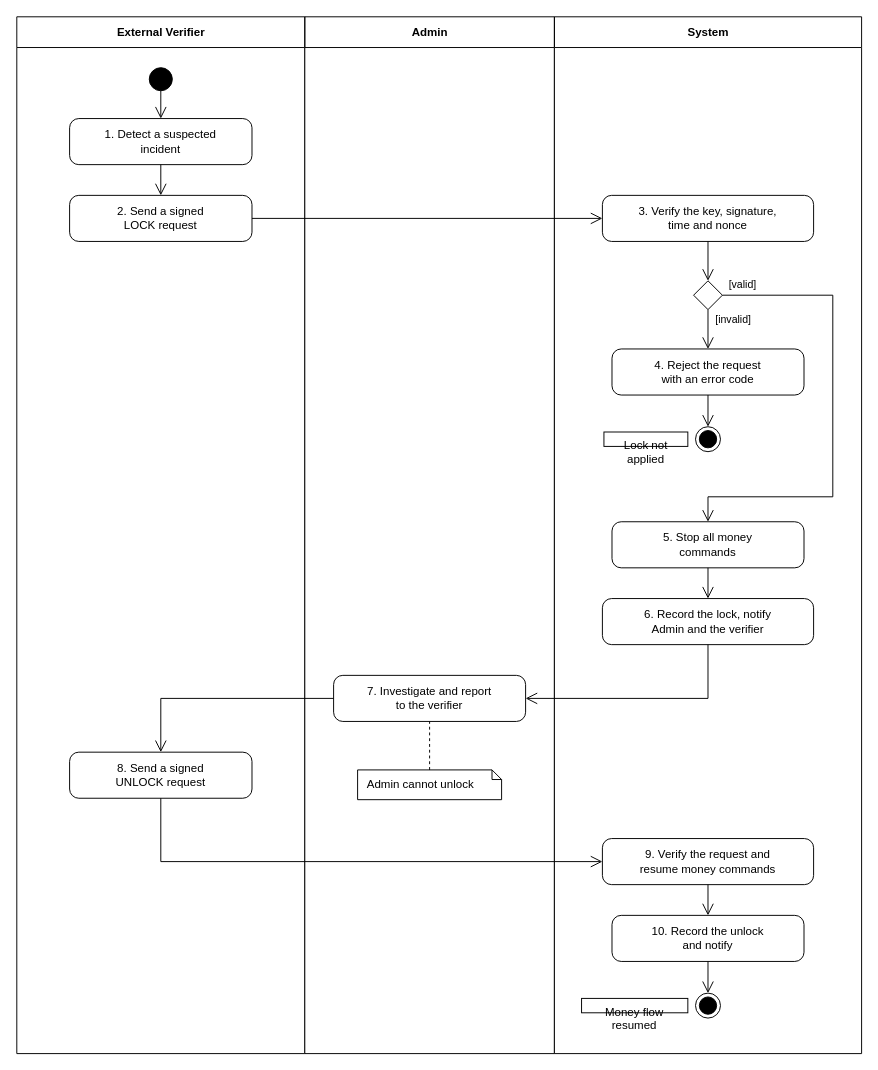
This is docs/reports/figures/srs/bf07.drawio from RedAvocado22/AgriContract, a draw.io file, before an edit. Source tidied: cells renumbered, new cells numbered last; positions are measured from the earlier drawing's top-left corner, leaving out a move shared by most shapes. Both pictures are drawn from the tidied source at 96%, with x=0, y=0 at pixel (16, 16).
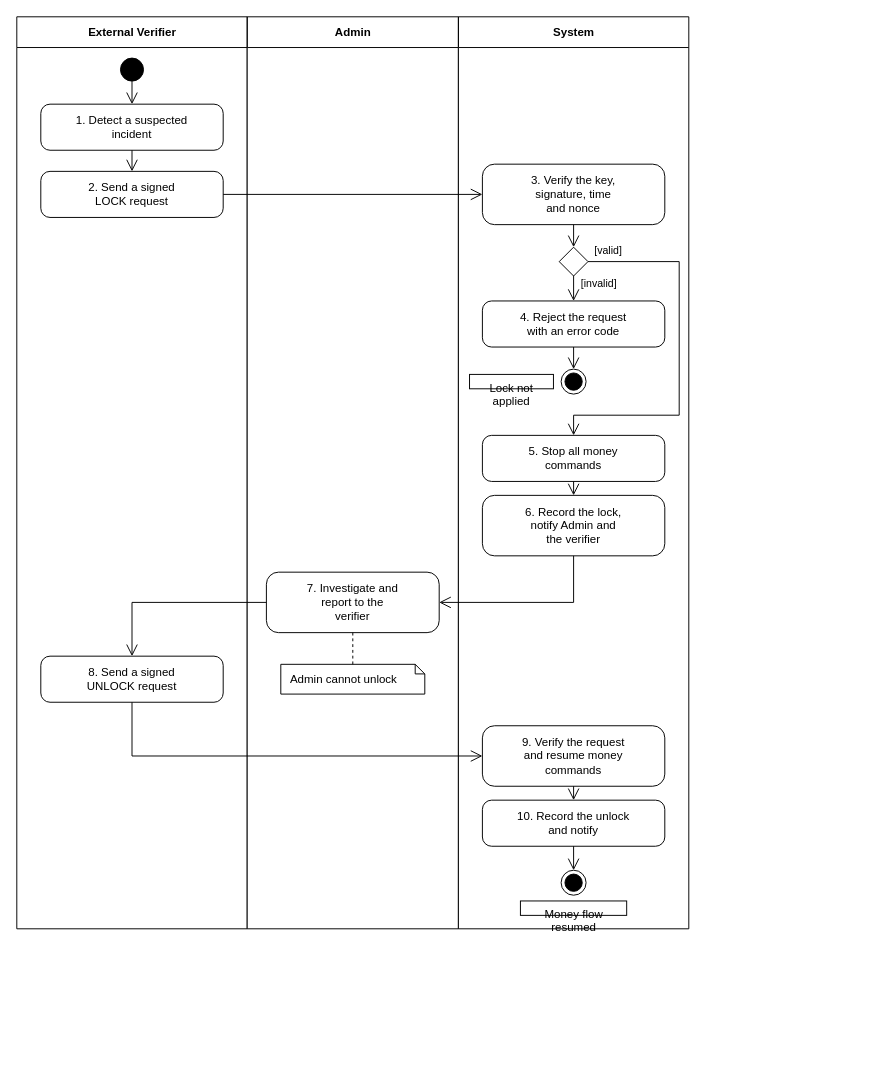
After the change.

Diff of the diagram source:
```diff
@@
     <mxCell id="2" value="External Verifier" style="swimlane;horizontal=1;startSize=32;fontStyle=1;fontFamily=Arial;fontSize=12;fillColor=none;strokeColor=#000000;swimlaneFillColor=#FFFFFF;html=1;" parent="1" vertex="1">
-      <mxGeometry width="300" height="1080" as="geometry" />
+      <mxGeometry width="240" height="950" as="geometry" />
     </mxCell>
     <mxCell id="3" value="Admin" style="swimlane;horizontal=1;startSize=32;fontStyle=1;fontFamily=Arial;fontSize=12;fillColor=none;strokeColor=#000000;swimlaneFillColor=#FFFFFF;html=1;" parent="1" vertex="1">
-      <mxGeometry x="300" width="260" height="1080" as="geometry" />
+      <mxGeometry x="240" width="220" height="950" as="geometry" />
     </mxCell>
     <mxCell id="4" value="System" style="swimlane;horizontal=1;startSize=32;fontStyle=1;fontFamily=Arial;fontSize=12;fillColor=none;strokeColor=#000000;swimlaneFillColor=#FFFFFF;html=1;" parent="1" vertex="1">
-      <mxGeometry x="560" width="320" height="1080" as="geometry" />
+      <mxGeometry x="460" width="240" height="950" as="geometry" />
     </mxCell>
     <mxCell id="5" style="ellipse;fillColor=#000000;strokeColor=#000000;html=1;" parent="1" vertex="1">
-      <mxGeometry x="138" y="53" width="24" height="24" as="geometry" />
+      <mxGeometry x="108" y="43" width="24" height="24" as="geometry" />
     </mxCell>
     <mxCell id="6" value="1. Detect a suspected&lt;br&gt;incident" style="rounded=1;arcSize=20;fontFamily=Arial;fontSize=12;strokeColor=#000000;fillColor=#FFFFFF;html=1;whiteSpace=wrap;" parent="1" vertex="1">
-      <mxGeometry x="55" y="106" width="190" height="48" as="geometry" />
+      <mxGeometry x="25" y="91" width="190" height="48" as="geometry" />
     </mxCell>
     <mxCell id="7" value="2. Send a signed&lt;br&gt;LOCK request" style="rounded=1;arcSize=20;fontFamily=Arial;fontSize=12;strokeColor=#000000;fillColor=#FFFFFF;html=1;whiteSpace=wrap;" parent="1" vertex="1">
-      <mxGeometry x="55" y="186" width="190" height="48" as="geometry" />
+      <mxGeometry x="25" y="161" width="190" height="48" as="geometry" />
     </mxCell>
-    <mxCell id="8" value="3. Verify the key, signature,&lt;br&gt;time and nonce" style="rounded=1;arcSize=20;fontFamily=Arial;fontSize=12;strokeColor=#000000;fillColor=#FFFFFF;html=1;whiteSpace=wrap;" parent="1" vertex="1">
-      <mxGeometry x="610" y="186" width="220" height="48" as="geometry" />
+    <mxCell id="8" value="3. Verify the key,&lt;br&gt;signature, time&lt;br&gt;and nonce" style="rounded=1;arcSize=20;fontFamily=Arial;fontSize=12;strokeColor=#000000;fillColor=#FFFFFF;html=1;whiteSpace=wrap;" parent="1" vertex="1">
+      <mxGeometry x="485" y="153.5" width="190" height="63" as="geometry" />
     </mxCell>
     <mxCell id="9" style="rhombus;fontFamily=Arial;fontSize=12;strokeColor=#000000;fillColor=#FFFFFF;html=1;whiteSpace=wrap;" parent="1" vertex="1">
-      <mxGeometry x="705" y="275" width="30" height="30" as="geometry" />
+      <mxGeometry x="565" y="240" width="30" height="30" as="geometry" />
     </mxCell>
     <mxCell id="10" value="4. Reject the request&lt;br&gt;with an error code" style="rounded=1;arcSize=20;fontFamily=Arial;fontSize=12;strokeColor=#000000;fillColor=#FFFFFF;html=1;whiteSpace=wrap;" parent="1" vertex="1">
-      <mxGeometry x="620" y="346" width="200" height="48" as="geometry" />
+      <mxGeometry x="485" y="296" width="190" height="48" as="geometry" />
     </mxCell>
     <mxCell id="11" style="ellipse;shape=endState;fillColor=#000000;strokeColor=#000000;html=1;" parent="1" vertex="1">
-      <mxGeometry x="707" y="427" width="26" height="26" as="geometry" />
+      <mxGeometry x="567" y="367" width="26" height="26" as="geometry" />
     </mxCell>
     <mxCell id="12" value="Lock not applied" style="text;strokeColor=none;fillColor=none;align=center;fontFamily=Arial;fontSize=12;strokeColor=#000000;fillColor=#FFFFFF;html=1;whiteSpace=wrap;" parent="1" vertex="1">
-      <mxGeometry x="611.6" y="432.5" width="87.4" height="15" as="geometry" />
+      <mxGeometry x="471.6" y="372.5" width="87.4" height="15" as="geometry" />
     </mxCell>
     <mxCell id="13" value="5. Stop all money&lt;br&gt;commands" style="rounded=1;arcSize=20;fontFamily=Arial;fontSize=12;strokeColor=#000000;fillColor=#FFFFFF;html=1;whiteSpace=wrap;" parent="1" vertex="1">
-      <mxGeometry x="620" y="526" width="200" height="48" as="geometry" />
+      <mxGeometry x="485" y="436" width="190" height="48" as="geometry" />
     </mxCell>
-    <mxCell id="14" value="6. Record the lock, notify&lt;br&gt;Admin and the verifier" style="rounded=1;arcSize=20;fontFamily=Arial;fontSize=12;strokeColor=#000000;fillColor=#FFFFFF;html=1;whiteSpace=wrap;" parent="1" vertex="1">
-      <mxGeometry x="610" y="606" width="220" height="48" as="geometry" />
+    <mxCell id="14" value="6. Record the lock,&lt;br&gt;notify Admin and&lt;br&gt;the verifier" style="rounded=1;arcSize=20;fontFamily=Arial;fontSize=12;strokeColor=#000000;fillColor=#FFFFFF;html=1;whiteSpace=wrap;" parent="1" vertex="1">
+      <mxGeometry x="485" y="498.5" width="190" height="63" as="geometry" />
     </mxCell>
-    <mxCell id="15" value="7. Investigate and report&lt;br&gt;to the verifier" style="rounded=1;arcSize=20;fontFamily=Arial;fontSize=12;strokeColor=#000000;fillColor=#FFFFFF;html=1;whiteSpace=wrap;" parent="1" vertex="1">
-      <mxGeometry x="330" y="686" width="200" height="48" as="geometry" />
+    <mxCell id="15" value="7. Investigate and&lt;br&gt;report to the&lt;br&gt;verifier" style="rounded=1;arcSize=20;fontFamily=Arial;fontSize=12;strokeColor=#000000;fillColor=#FFFFFF;html=1;whiteSpace=wrap;" parent="1" vertex="1">
+      <mxGeometry x="260" y="578.5" width="180" height="63" as="geometry" />
     </mxCell>
     <mxCell id="16" value="Admin cannot unlock" style="shape=note;size=10;align=left;spacingLeft=8;fontFamily=Arial;fontSize=12;strokeColor=#000000;fillColor=#FFFFFF;html=1;whiteSpace=wrap;" parent="1" vertex="1">
-      <mxGeometry x="355" y="784.5" width="150" height="31" as="geometry" />
+      <mxGeometry x="275" y="674.5" width="150" height="31" as="geometry" />
     </mxCell>
     <mxCell id="17" value="8. Send a signed&lt;br&gt;UNLOCK request" style="rounded=1;arcSize=20;fontFamily=Arial;fontSize=12;strokeColor=#000000;fillColor=#FFFFFF;html=1;whiteSpace=wrap;" parent="1" vertex="1">
-      <mxGeometry x="55" y="766" width="190" height="48" as="geometry" />
+      <mxGeometry x="25" y="666" width="190" height="48" as="geometry" />
     </mxCell>
-    <mxCell id="18" value="9. Verify the request and&lt;br&gt;resume money commands" style="rounded=1;arcSize=20;fontFamily=Arial;fontSize=12;strokeColor=#000000;fillColor=#FFFFFF;html=1;whiteSpace=wrap;" parent="1" vertex="1">
-      <mxGeometry x="610" y="856" width="220" height="48" as="geometry" />
+    <mxCell id="18" value="9. Verify the request&lt;br&gt;and resume money&lt;br&gt;commands" style="rounded=1;arcSize=20;fontFamily=Arial;fontSize=12;strokeColor=#000000;fillColor=#FFFFFF;html=1;whiteSpace=wrap;" parent="1" vertex="1">
+      <mxGeometry x="485" y="738.5" width="190" height="63" as="geometry" />
     </mxCell>
     <mxCell id="19" value="10. Record the unlock&lt;br&gt;and notify" style="rounded=1;arcSize=20;fontFamily=Arial;fontSize=12;strokeColor=#000000;fillColor=#FFFFFF;html=1;whiteSpace=wrap;" parent="1" vertex="1">
-      <mxGeometry x="620" y="936" width="200" height="48" as="geometry" />
+      <mxGeometry x="485" y="816" width="190" height="48" as="geometry" />
     </mxCell>
     <mxCell id="20" style="ellipse;shape=endState;fillColor=#000000;strokeColor=#000000;html=1;" parent="1" vertex="1">
-      <mxGeometry x="707" y="1017" width="26" height="26" as="geometry" />
+      <mxGeometry x="567" y="889" width="26" height="26" as="geometry" />
     </mxCell>
     <mxCell id="21" value="Money flow resumed" style="text;strokeColor=none;fillColor=none;align=center;fontFamily=Arial;fontSize=12;strokeColor=#000000;fillColor=#FFFFFF;html=1;whiteSpace=wrap;" parent="1" vertex="1">
-      <mxGeometry x="588.3" y="1022.5" width="110.7" height="15" as="geometry" />
+      <mxGeometry x="524.6" y="921" width="110.7" height="15" as="geometry" />
     </mxCell>
@@
     <mxCell id="27" value="[invalid]" style="text;html=1;fontFamily=Arial;fontSize=11;align=left;verticalAlign=middle;labelBackgroundColor=#FFFFFF;" parent="1" vertex="1">
-      <mxGeometry x="726" y="308" width="41.3" height="13.8" as="geometry" />
+      <mxGeometry x="586" y="271" width="41.3" height="13.8" as="geometry" />
     </mxCell>
@@
     <mxCell id="29" style="edgeStyle=none;rounded=0;html=1;endArrow=open;endSize=10;strokeColor=#000000;fontFamily=Arial;fontSize=11;exitX=1.0;exitY=0.5;exitDx=0;exitDy=0;entryX=0.5;entryY=0.0;entryDx=0;entryDy=0;" parent="1" edge="1" source="9" target="13">
       <mxGeometry relative="1" as="geometry">
         <Array as="points">
-          <mxPoint x="850" y="290" />
-          <mxPoint x="850" y="500" />
-          <mxPoint x="720" y="500" />
+          <mxPoint x="690" y="255" />
+          <mxPoint x="690" y="415" />
+          <mxPoint x="580" y="415" />
         </Array>
       </mxGeometry>
     </mxCell>
     <mxCell id="30" value="[valid]" style="text;html=1;fontFamily=Arial;fontSize=11;align=left;verticalAlign=middle;labelBackgroundColor=#FFFFFF;" parent="1" vertex="1">
-      <mxGeometry x="740" y="272" width="32.7" height="13.8" as="geometry" />
+      <mxGeometry x="600" y="237" width="32.7" height="13.8" as="geometry" />
     </mxCell>
@@
     <mxCell id="32" style="edgeStyle=none;rounded=0;html=1;endArrow=open;endSize=10;strokeColor=#000000;fontFamily=Arial;fontSize=11;exitX=0.5;exitY=1.0;exitDx=0;exitDy=0;entryX=1.0;entryY=0.5;entryDx=0;entryDy=0;" parent="1" edge="1" source="14" target="15">
       <mxGeometry relative="1" as="geometry">
         <Array as="points">
-          <mxPoint x="720" y="710" />
+          <mxPoint x="580" y="610" />
         </Array>
       </mxGeometry>
     </mxCell>
@@
     <mxCell id="34" style="edgeStyle=none;rounded=0;html=1;endArrow=open;endSize=10;strokeColor=#000000;fontFamily=Arial;fontSize=11;exitX=0.0;exitY=0.5;exitDx=0;exitDy=0;entryX=0.5;entryY=0.0;entryDx=0;entryDy=0;" parent="1" edge="1" source="15" target="17">
       <mxGeometry relative="1" as="geometry">
         <Array as="points">
-          <mxPoint x="150" y="710" />
+          <mxPoint x="120" y="610" />
         </Array>
       </mxGeometry>
     </mxCell>
     <mxCell id="35" style="edgeStyle=none;rounded=0;html=1;endArrow=open;endSize=10;strokeColor=#000000;fontFamily=Arial;fontSize=11;exitX=0.5;exitY=1.0;exitDx=0;exitDy=0;entryX=0.0;entryY=0.5;entryDx=0;entryDy=0;" parent="1" edge="1" source="17" target="18">
       <mxGeometry relative="1" as="geometry">
         <Array as="points">
-          <mxPoint x="150" y="880" />
+          <mxPoint x="120" y="770" />
         </Array>
       </mxGeometry>
     </mxCell>
```
